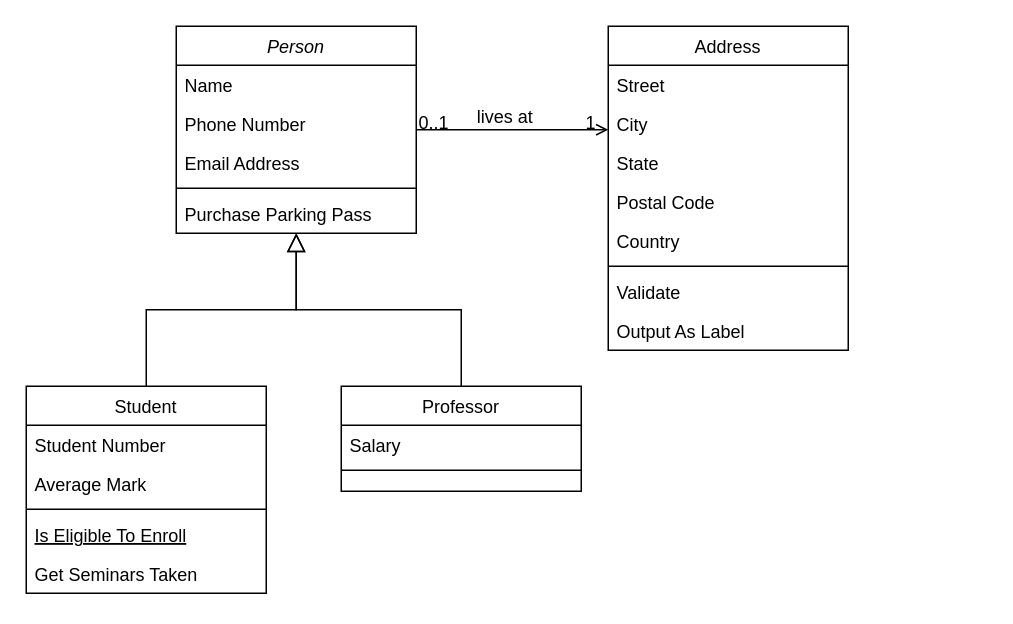
The draw.io diagram Диаграмма без названия.drawio in ihuod/test-wiki, before the edit. Source tidied: cells renumbered, new cells numbered last; positions are measured from the earlier drawing's top-left corner, leaving out a move shared by most shapes. Both pictures are drawn from the tidied source at 150%, with x=0, y=0 at pixel (26, 26).
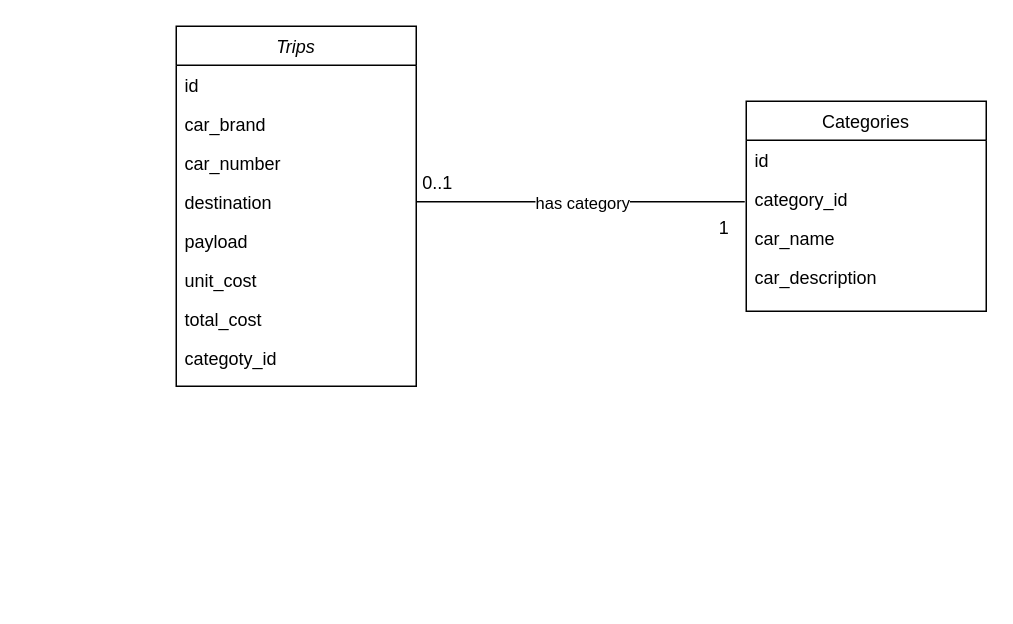
Above is the later version.

What changed in the source:
```diff
@@
-    <mxCell id="2" value="Person" style="swimlane;fontStyle=2;align=center;verticalAlign=top;horizontal=1;startSize=26;rounded=0;shadow=0;strokeWidth=1;" parent="1" vertex="1">
-      <mxGeometry x="100" width="160" height="138" as="geometry" />
+    <mxCell id="2" value="Trips" style="swimlane;fontStyle=2;align=center;verticalAlign=top;horizontal=1;startSize=26;rounded=0;shadow=0;strokeWidth=1;" parent="1" vertex="1">
+      <mxGeometry x="100" width="160" height="240" as="geometry" />
     </mxCell>
-    <mxCell id="3" value="Name" style="text;align=left;verticalAlign=top;spacingLeft=4;spacingRight=4;overflow=hidden;" parent="2" vertex="1">
+    <mxCell id="3" value="id" style="text;align=left;verticalAlign=top;spacingLeft=4;spacingRight=4;overflow=hidden;" parent="2" vertex="1">
       <mxGeometry y="26" width="160" height="26" as="geometry" />
     </mxCell>
-    <mxCell id="4" value="Phone Number" style="text;align=left;verticalAlign=top;spacingLeft=4;spacingRight=4;overflow=hidden;rounded=0;shadow=0;html=0;" parent="2" vertex="1">
+    <mxCell id="4" value="car_brand" style="text;align=left;verticalAlign=top;spacingLeft=4;spacingRight=4;overflow=hidden;rounded=0;shadow=0;html=0;" parent="2" vertex="1">
       <mxGeometry y="52" width="160" height="26" as="geometry" />
     </mxCell>
-    <mxCell id="5" value="Email Address" style="text;align=left;verticalAlign=top;spacingLeft=4;spacingRight=4;overflow=hidden;rounded=0;shadow=0;html=0;" parent="2" vertex="1">
+    <mxCell id="5" value="car_number" style="text;align=left;verticalAlign=top;spacingLeft=4;spacingRight=4;overflow=hidden;rounded=0;shadow=0;html=0;" parent="2" vertex="1">
       <mxGeometry y="78" width="160" height="26" as="geometry" />
     </mxCell>
-    <mxCell id="6" style="line;html=1;strokeWidth=1;align=left;verticalAlign=middle;spacingTop=-1;spacingLeft=3;spacingRight=3;labelPosition=right;" parent="2" vertex="1">
-      <mxGeometry y="104" width="160" height="8" as="geometry" />
-    </mxCell>
-    <mxCell id="7" value="Purchase Parking Pass" style="text;align=left;verticalAlign=top;spacingLeft=4;spacingRight=4;overflow=hidden;" parent="2" vertex="1">
-      <mxGeometry y="112" width="160" height="26" as="geometry" />
-    </mxCell>
-    <mxCell id="8" value="Student" style="swimlane;fontStyle=0;align=center;verticalAlign=top;horizontal=1;startSize=26;rounded=0;shadow=0;strokeWidth=1;" parent="1" vertex="1">
-      <mxGeometry y="240" width="160" height="138" as="geometry" />
-    </mxCell>
-    <mxCell id="9" value="Student Number" style="text;align=left;verticalAlign=top;spacingLeft=4;spacingRight=4;overflow=hidden;" parent="8" vertex="1">
-      <mxGeometry y="26" width="160" height="26" as="geometry" />
-    </mxCell>
-    <mxCell id="10" value="Average Mark" style="text;align=left;verticalAlign=top;spacingLeft=4;spacingRight=4;overflow=hidden;rounded=0;shadow=0;html=0;" parent="8" vertex="1">
-      <mxGeometry y="52" width="160" height="26" as="geometry" />
-    </mxCell>
-    <mxCell id="11" style="line;html=1;strokeWidth=1;align=left;verticalAlign=middle;spacingTop=-1;spacingLeft=3;spacingRight=3;labelPosition=right;" parent="8" vertex="1">
-      <mxGeometry y="78" width="160" height="8" as="geometry" />
-    </mxCell>
-    <mxCell id="12" value="Is Eligible To Enroll" style="text;align=left;verticalAlign=top;spacingLeft=4;spacingRight=4;overflow=hidden;fontStyle=4;" parent="8" vertex="1">
-      <mxGeometry y="86" width="160" height="26" as="geometry" />
-    </mxCell>
-    <mxCell id="13" value="Get Seminars Taken" style="text;align=left;verticalAlign=top;spacingLeft=4;spacingRight=4;overflow=hidden;" parent="8" vertex="1">
-      <mxGeometry y="112" width="160" height="26" as="geometry" />
-    </mxCell>
-    <mxCell id="14" style="endArrow=block;endSize=10;endFill=0;shadow=0;strokeWidth=1;rounded=0;curved=0;edgeStyle=elbowEdgeStyle;elbow=vertical;" parent="1" edge="1" source="8" target="2">
-      <mxGeometry relative="1" as="geometry" />
-    </mxCell>
-    <mxCell id="15" value="Professor" style="swimlane;fontStyle=0;align=center;verticalAlign=top;horizontal=1;startSize=26;rounded=0;shadow=0;strokeWidth=1;" parent="1" vertex="1">
-      <mxGeometry x="210" y="240" width="160" height="70" as="geometry" />
-    </mxCell>
-    <mxCell id="16" value="Salary" style="text;align=left;verticalAlign=top;spacingLeft=4;spacingRight=4;overflow=hidden;" parent="15" vertex="1">
-      <mxGeometry y="26" width="160" height="26" as="geometry" />
-    </mxCell>
-    <mxCell id="17" style="line;html=1;strokeWidth=1;align=left;verticalAlign=middle;spacingTop=-1;spacingLeft=3;spacingRight=3;labelPosition=right;" parent="15" vertex="1">
-      <mxGeometry y="52" width="160" height="8" as="geometry" />
-    </mxCell>
-    <mxCell id="18" style="endArrow=block;endSize=10;endFill=0;shadow=0;strokeWidth=1;rounded=0;curved=0;edgeStyle=elbowEdgeStyle;elbow=vertical;" parent="1" edge="1" source="15" target="2">
-      <mxGeometry relative="1" as="geometry" />
-    </mxCell>
+    <mxCell id="32" value="destination" style="text;align=left;verticalAlign=top;spacingLeft=4;spacingRight=4;overflow=hidden;points=[[0,0.5],[1,0.5]];portConstraint=eastwest;rounded=0;shadow=0;html=0;" parent="2" vertex="1">
+      <mxGeometry y="104" width="160" height="26" as="geometry" />
+    </mxCell>
+    <mxCell id="33" value="payload" style="text;align=left;verticalAlign=top;spacingLeft=4;spacingRight=4;overflow=hidden;rounded=0;shadow=0;html=0;" parent="2" vertex="1">
+      <mxGeometry y="130" width="160" height="26" as="geometry" />
+    </mxCell>
+    <mxCell id="34" value="unit_cost" style="text;align=left;verticalAlign=top;spacingLeft=4;spacingRight=4;overflow=hidden;rounded=0;shadow=0;html=0;" parent="2" vertex="1">
+      <mxGeometry y="156" width="160" height="26" as="geometry" />
+    </mxCell>
+    <mxCell id="35" value="total_cost" style="text;align=left;verticalAlign=top;spacingLeft=4;spacingRight=4;overflow=hidden;rounded=0;shadow=0;html=0;" parent="2" vertex="1">
+      <mxGeometry y="182" width="160" height="26" as="geometry" />
+    </mxCell>
+    <mxCell id="36" value="categoty_id" style="text;align=left;verticalAlign=top;spacingLeft=4;spacingRight=4;overflow=hidden;rounded=0;shadow=0;html=0;" parent="2" vertex="1">
+      <mxGeometry y="208" width="160" height="26" as="geometry" />
+    </mxCell>
-    <mxCell id="19" value="Address" style="swimlane;fontStyle=0;align=center;verticalAlign=top;horizontal=1;startSize=26;rounded=0;shadow=0;strokeWidth=1;" parent="1" vertex="1">
-      <mxGeometry x="388" width="160" height="216" as="geometry" />
+    <mxCell id="19" value="Categories" style="swimlane;fontStyle=0;align=center;verticalAlign=top;horizontal=1;startSize=26;rounded=0;shadow=0;strokeWidth=1;" parent="1" vertex="1">
+      <mxGeometry x="480" y="50" width="160" height="140" as="geometry" />
     </mxCell>
-    <mxCell id="20" value="Street" style="text;align=left;verticalAlign=top;spacingLeft=4;spacingRight=4;overflow=hidden;" parent="19" vertex="1">
+    <mxCell id="20" value="id" style="text;align=left;verticalAlign=top;spacingLeft=4;spacingRight=4;overflow=hidden;" parent="19" vertex="1">
       <mxGeometry y="26" width="160" height="26" as="geometry" />
     </mxCell>
-    <mxCell id="21" value="City" style="text;align=left;verticalAlign=top;spacingLeft=4;spacingRight=4;overflow=hidden;rounded=0;shadow=0;html=0;" parent="19" vertex="1">
+    <mxCell id="21" value="category_id" style="text;align=left;verticalAlign=top;spacingLeft=4;spacingRight=4;overflow=hidden;rounded=0;shadow=0;html=0;" parent="19" vertex="1">
       <mxGeometry y="52" width="160" height="26" as="geometry" />
     </mxCell>
-    <mxCell id="22" value="State" style="text;align=left;verticalAlign=top;spacingLeft=4;spacingRight=4;overflow=hidden;rounded=0;shadow=0;html=0;" parent="19" vertex="1">
+    <mxCell id="22" value="car_name" style="text;align=left;verticalAlign=top;spacingLeft=4;spacingRight=4;overflow=hidden;rounded=0;shadow=0;html=0;" parent="19" vertex="1">
       <mxGeometry y="78" width="160" height="26" as="geometry" />
     </mxCell>
-    <mxCell id="23" value="Postal Code" style="text;align=left;verticalAlign=top;spacingLeft=4;spacingRight=4;overflow=hidden;rounded=0;shadow=0;html=0;" parent="19" vertex="1">
+    <mxCell id="23" value="car_description" style="text;align=left;verticalAlign=top;spacingLeft=4;spacingRight=4;overflow=hidden;rounded=0;shadow=0;html=0;" parent="19" vertex="1">
       <mxGeometry y="104" width="160" height="26" as="geometry" />
     </mxCell>
-    <mxCell id="24" value="Country" style="text;align=left;verticalAlign=top;spacingLeft=4;spacingRight=4;overflow=hidden;rounded=0;shadow=0;html=0;" parent="19" vertex="1">
-      <mxGeometry y="130" width="160" height="26" as="geometry" />
-    </mxCell>
-    <mxCell id="25" style="line;html=1;strokeWidth=1;align=left;verticalAlign=middle;spacingTop=-1;spacingLeft=3;spacingRight=3;labelPosition=right;" parent="19" vertex="1">
-      <mxGeometry y="156" width="160" height="8" as="geometry" />
-    </mxCell>
-    <mxCell id="26" value="Validate" style="text;align=left;verticalAlign=top;spacingLeft=4;spacingRight=4;overflow=hidden;" parent="19" vertex="1">
-      <mxGeometry y="164" width="160" height="26" as="geometry" />
-    </mxCell>
-    <mxCell id="27" value="Output As Label" style="text;align=left;verticalAlign=top;spacingLeft=4;spacingRight=4;overflow=hidden;" parent="19" vertex="1">
-      <mxGeometry y="190" width="160" height="26" as="geometry" />
-    </mxCell>
-    <mxCell id="28" style="endArrow=open;shadow=0;strokeWidth=1;rounded=0;curved=0;endFill=1;edgeStyle=elbowEdgeStyle;elbow=vertical;" parent="1" edge="1" source="2" target="19">
-      <mxGeometry x="0.5" y="41" relative="1" as="geometry">
-        <mxPoint x="-40" y="32" as="offset" />
-      </mxGeometry>
-    </mxCell>
+    <mxCell id="37" style="endArrow=none;html=1;rounded=0;exitX=1;exitY=0.5;exitDx=0;exitDy=0;" parent="1" edge="1" source="32">
+      <mxGeometry relative="1" as="geometry">
+        <mxPoint x="479" y="117" as="targetPoint" />
+      </mxGeometry>
+    </mxCell>
+    <mxCell id="38" value="has category" style="edgeLabel;html=1;align=center;verticalAlign=middle;" parent="37" vertex="1">
+      <mxGeometry x="-0.11" relative="1" as="geometry">
+        <mxPoint x="13" as="offset" />
+      </mxGeometry>
+    </mxCell>
-    <mxCell id="29" value="0..1" style="align=left;verticalAlign=bottom;labelBackgroundColor=none;fontSize=12;" parent="28" vertex="1">
-      <mxGeometry x="-1" relative="1" as="geometry">
-        <mxPoint y="4" as="offset" />
-      </mxGeometry>
+    <mxCell id="29" value="0..1" style="text;html=1;align=center;verticalAlign=middle;strokeColor=none;fillColor=none;" parent="1" vertex="1">
+      <mxGeometry x="254" y="90" width="40" height="30" as="geometry" />
     </mxCell>
-    <mxCell id="30" value="1" style="align=right;verticalAlign=bottom;labelBackgroundColor=none;fontSize=12;" parent="28" vertex="1">
-      <mxGeometry x="1" relative="1" as="geometry">
-        <mxPoint x="-7" y="4" as="offset" />
-      </mxGeometry>
+    <mxCell id="30" value="1" style="text;html=1;align=center;verticalAlign=middle;strokeColor=none;fillColor=none;" parent="1" vertex="1">
+      <mxGeometry x="450" y="120" width="30" height="30" as="geometry" />
     </mxCell>
-    <mxCell id="31" value="lives at" style="text;html=1;align=center;verticalAlign=middle;labelBackgroundColor=none;rounded=0;shadow=0;strokeWidth=1;fontSize=12;" parent="28" vertex="1">
-      <mxGeometry x="0.5" y="49" relative="1" as="geometry">
-        <mxPoint x="-38" y="40" as="offset" />
-      </mxGeometry>
-    </mxCell>
```
